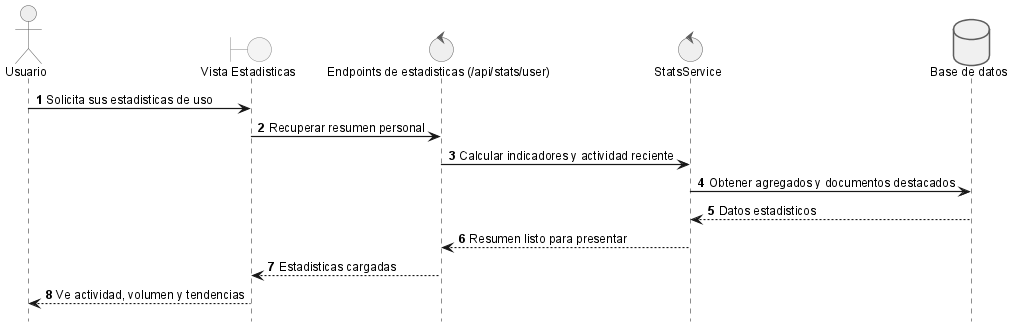
Before: anexos/diagramas/seq-user-stats.png, a diagram exported from PlantUML (ErDeivih/DocumentChain).
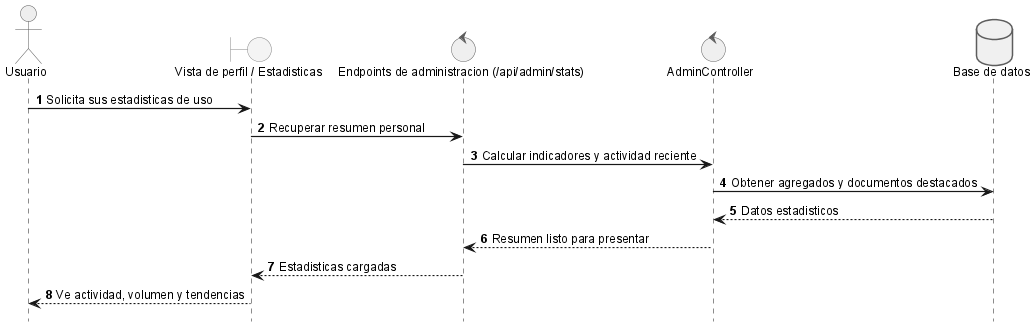
After the change.

The edit, as a diff of the source:
```diff
@@ -1,9 +1,9 @@
 @startuml
 !include _sequence-style.puml
 actor Usuario as user
-boundary "Vista Estadisticas" as ui
-control "Endpoints de estadisticas (/api/stats/user)" as api
-control "StatsService" as srv
+boundary "Vista de perfil / Estadisticas" as ui
+control "Endpoints de administracion (/api/admin/stats)" as api
+control "AdminController" as srv
 database "Base de datos" as db
 
 user -> ui: Solicita sus estadisticas de uso
```
